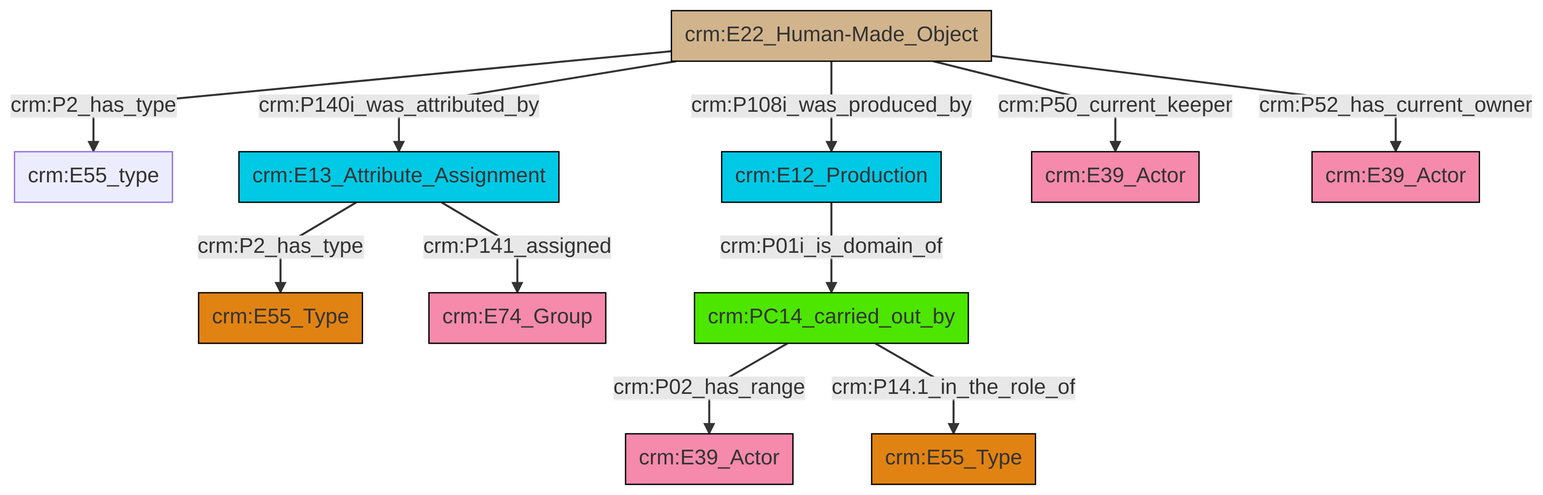
This is et/artworkCSV/ttl/mmd/png/Artwork_Actor_Relations.png from swiss-art-research-net/docs.swissartresearch, a Mermaid export, as it was before one commit. Its source is kept beside it as et/artworkCSV/ttl/mmd/Artwork_Actor_Relations.ttl.mmd.
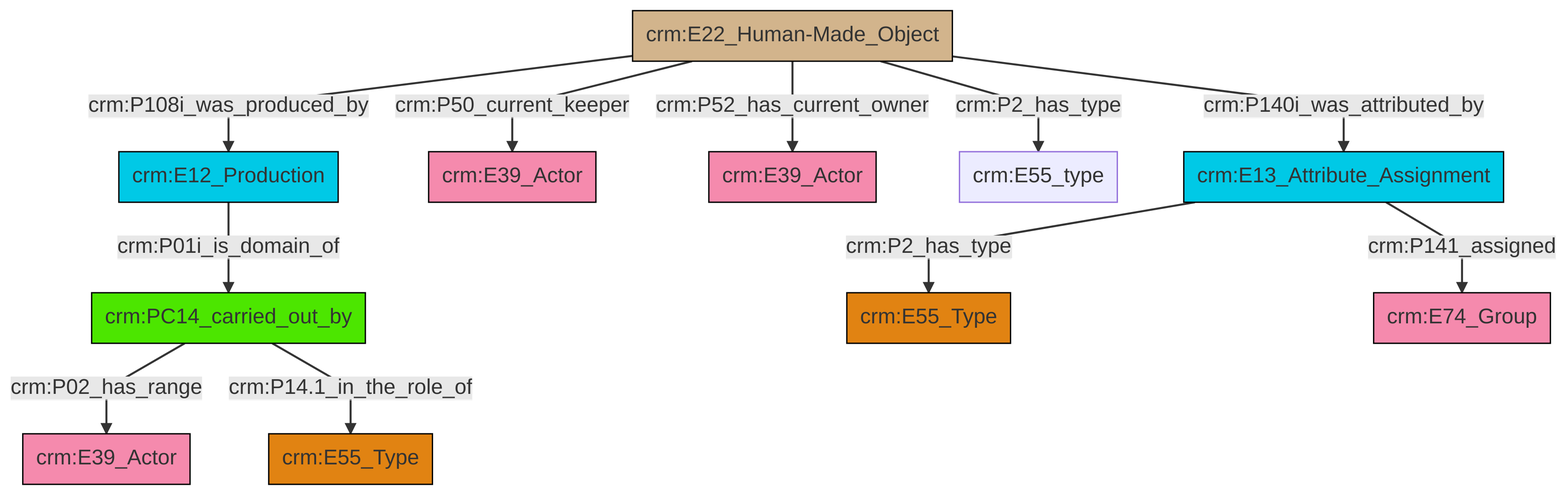
Later version of the same file.

What changed in the source:
```diff
@@ -13,13 +13,13 @@
 classDef PC_Classes fill:#4ce600, stroke:#000000;
 classDef Multi fill:#cccccc,stroke:#000000;
 
-0["crm:E13_Attribute_Assignment"]:::Temporal_Entity -->|crm:P2_has_type| 1["crm:E55_Type"]:::Type
-2["crm:E22_Human-Made_Object"]:::Physical_Thing -->|crm:P2_has_type| 3["crm:E55_type"]:::Default
-2["crm:E22_Human-Made_Object"]:::Physical_Thing -->|crm:P140i_was_attributed_by| 0["crm:E13_Attribute_Assignment"]:::Temporal_Entity
-4["crm:PC14_carried_out_by"]:::PC_Classes -->|crm:P02_has_range| 8["crm:E39_Actor"]:::Actor
-2["crm:E22_Human-Made_Object"]:::Physical_Thing -->|crm:P108i_was_produced_by| 12["crm:E12_Production"]:::Temporal_Entity
-2["crm:E22_Human-Made_Object"]:::Physical_Thing -->|crm:P50_current_keeper| 6["crm:E39_Actor"]:::Actor
-0["crm:E13_Attribute_Assignment"]:::Temporal_Entity -->|crm:P141_assigned| 15["crm:E74_Group"]:::Actor
-4["crm:PC14_carried_out_by"]:::PC_Classes -->|crm:P14.1_in_the_role_of| 10["crm:E55_Type"]:::Type
-12["crm:E12_Production"]:::Temporal_Entity -->|crm:P01i_is_domain_of| 4["crm:PC14_carried_out_by"]:::PC_Classes
-2["crm:E22_Human-Made_Object"]:::Physical_Thing -->|crm:P52_has_current_owner| 21["crm:E39_Actor"]:::Actor
+0["crm:E12_Production"]:::Temporal_Entity -->|crm:P01i_is_domain_of| 1["crm:PC14_carried_out_by"]:::PC_Classes
+1["crm:PC14_carried_out_by"]:::PC_Classes -->|crm:P02_has_range| 2["crm:E39_Actor"]:::Actor
+4["crm:E22_Human-Made_Object"]:::Physical_Thing -->|crm:P50_current_keeper| 5["crm:E39_Actor"]:::Actor
+4["crm:E22_Human-Made_Object"]:::Physical_Thing -->|crm:P52_has_current_owner| 7["crm:E39_Actor"]:::Actor
+4["crm:E22_Human-Made_Object"]:::Physical_Thing -->|crm:P2_has_type| 10["crm:E55_type"]:::Default
+19["crm:E13_Attribute_Assignment"]:::Temporal_Entity -->|crm:P141_assigned| 12["crm:E74_Group"]:::Actor
+4["crm:E22_Human-Made_Object"]:::Physical_Thing -->|crm:P108i_was_produced_by| 0["crm:E12_Production"]:::Temporal_Entity
+4["crm:E22_Human-Made_Object"]:::Physical_Thing -->|crm:P140i_was_attributed_by| 19["crm:E13_Attribute_Assignment"]:::Temporal_Entity
+1["crm:PC14_carried_out_by"]:::PC_Classes -->|crm:P14.1_in_the_role_of| 21["crm:E55_Type"]:::Type
+19["crm:E13_Attribute_Assignment"]:::Temporal_Entity -->|crm:P2_has_type| 8["crm:E55_Type"]:::Type
```
